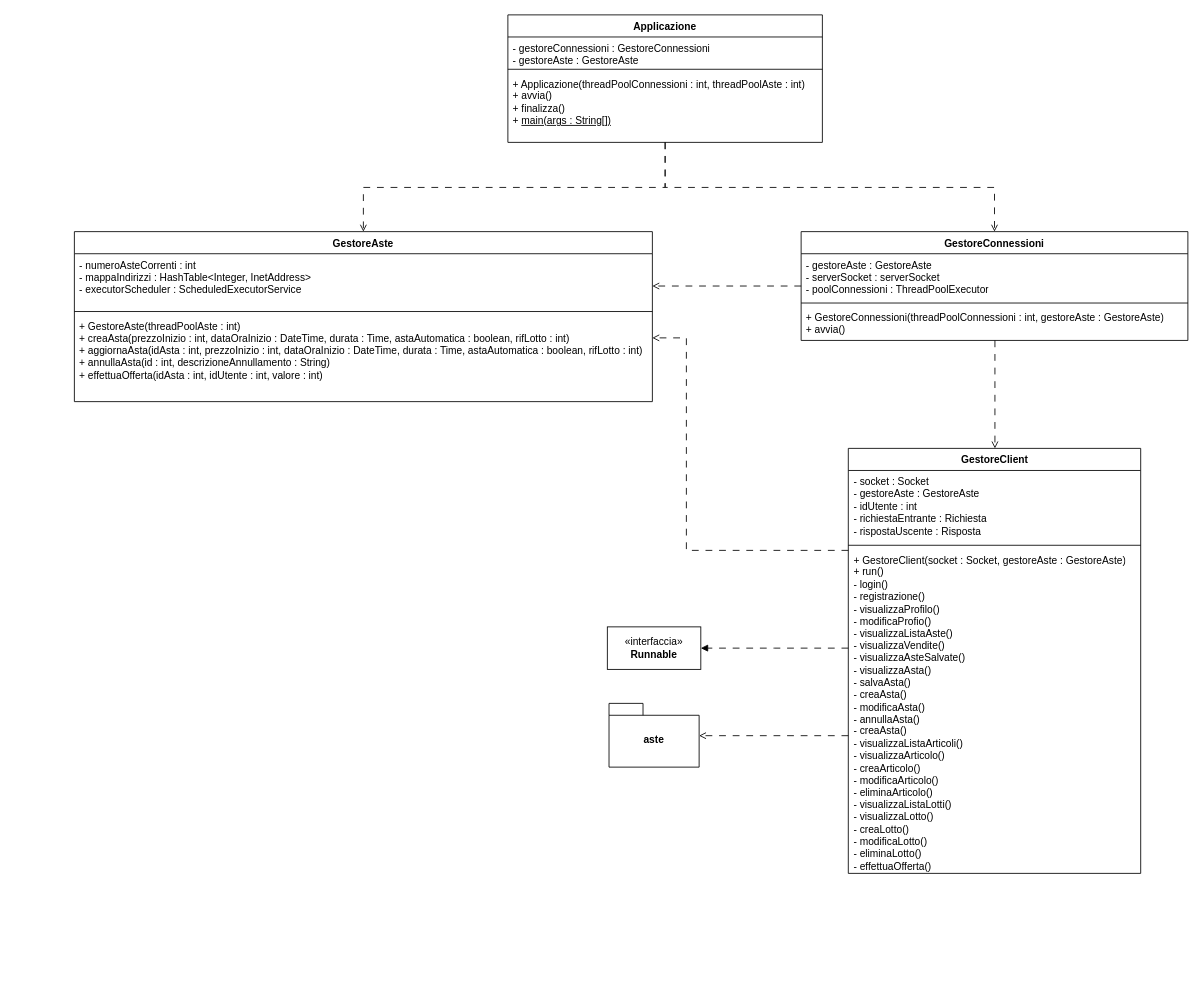
The draw.io diagram documenti/DC-Server.drawio in Chaos-Rat/GAO, before the edit. Source tidied: cells renumbered, new cells numbered last; positions are measured from the earlier drawing's top-left corner, leaving out a move shared by most shapes. Both pictures are drawn from the tidied source at 85%, with x=0, y=0 at pixel (74, 14).
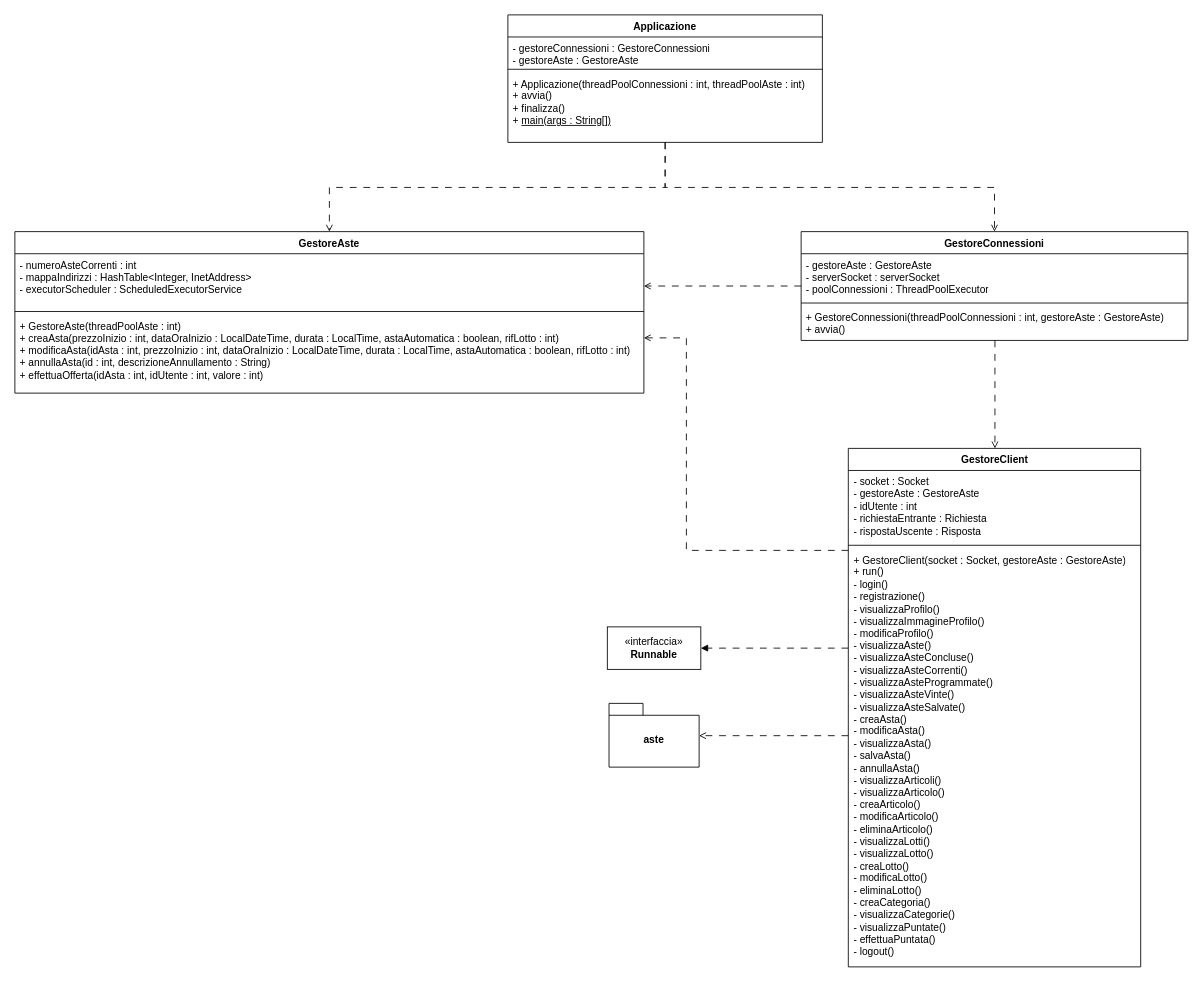
Above is the later version.

Commit message (it also covers changes not shown here):
Aggiornato DC-Server seguendo nuovo DAP

Apportate le modifiche necesserie al diagramma delle classi del package server per conformarlo al DAP.
Minori fix al DAP.

The edit, as a diff of the source:
```diff
@@
     <mxCell id="10" value="GestoreClient" style="swimlane;fontStyle=1;align=center;verticalAlign=top;horizontal=1;startSize=26;whiteSpace=wrap;html=1;" parent="1" vertex="1">
-      <mxGeometry x="910.5" y="510" width="344" height="500" as="geometry" />
+      <mxGeometry x="910.5" y="510" width="344" height="610" as="geometry" />
     </mxCell>
@@
-    <mxCell id="13" value="&lt;div&gt;+ GestoreClient(socket : Socket, gestoreAste : GestoreAste)&lt;/div&gt;&lt;div&gt;+ run()&lt;/div&gt;&lt;div&gt;- login()&lt;/div&gt;&lt;div&gt;- registrazione()&lt;/div&gt;&lt;div&gt;- visualizzaProfilo()&lt;/div&gt;&lt;div&gt;- modificaProfio()&lt;/div&gt;&lt;div&gt;- visualizzaListaAste()&lt;/div&gt;&lt;div&gt;- visualizzaVendite()&lt;/div&gt;&lt;div&gt;- visualizzaAsteSalvate()&lt;/div&gt;&lt;div&gt;- visualizzaAsta()&lt;/div&gt;&lt;div&gt;- salvaAsta()&lt;/div&gt;&lt;div&gt;- creaAsta()&lt;/div&gt;&lt;div&gt;- modificaAsta()&lt;/div&gt;&lt;div&gt;- annullaAsta()&lt;/div&gt;&lt;div&gt;- creaAsta()&lt;/div&gt;&lt;div&gt;- visualizzaListaArticoli()&lt;/div&gt;&lt;div&gt;- visualizzaArticolo()&lt;/div&gt;&lt;div&gt;- creaArticolo()&lt;/div&gt;&lt;div&gt;- modificaArticolo()&lt;/div&gt;&lt;div&gt;- eliminaArticolo()&lt;/div&gt;&lt;div&gt;- visualizzaListaLotti()&lt;/div&gt;&lt;div&gt;- visualizzaLotto()&lt;/div&gt;&lt;div&gt;- creaLotto()&lt;/div&gt;&lt;div&gt;- modificaLotto()&lt;/div&gt;&lt;div&gt;- eliminaLotto()&lt;/div&gt;&lt;div&gt;- effettuaOfferta()&lt;/div&gt;" style="text;strokeColor=none;fillColor=none;align=left;verticalAlign=top;spacingLeft=4;spacingRight=4;overflow=hidden;whiteSpace=wrap;html=1;" parent="10" vertex="1">
-      <mxGeometry y="118" width="344" height="382" as="geometry" />
+    <mxCell id="13" value="&lt;div&gt;+ GestoreClient(socket : Socket, gestoreAste : GestoreAste)&lt;/div&gt;&lt;div&gt;+ run()&lt;/div&gt;&lt;div&gt;- login()&lt;/div&gt;&lt;div&gt;- registrazione()&lt;/div&gt;&lt;div&gt;- visualizzaProfilo()&lt;/div&gt;&lt;div&gt;- visualizzaImmagineProfilo()&lt;/div&gt;&lt;div&gt;- modificaProfilo()&lt;/div&gt;&lt;div&gt;- visualizzaAste()&lt;/div&gt;&lt;div&gt;- visualizzaAsteConcluse()&lt;/div&gt;&lt;div&gt;- visualizzaAsteCorrenti()&lt;/div&gt;&lt;div&gt;- visualizzaAsteProgrammate()&lt;/div&gt;&lt;div&gt;- visualizzaAsteVinte()&lt;/div&gt;&lt;div&gt;- visualizzaAsteSalvate()&lt;/div&gt;&lt;div&gt;- creaAsta()&lt;/div&gt;&lt;div&gt;- modificaAsta()&lt;/div&gt;&lt;div&gt;- visualizzaAsta()&lt;br&gt;&lt;/div&gt;&lt;div&gt;- salvaAsta()&lt;br&gt;&lt;/div&gt;&lt;div&gt;- annullaAsta()&lt;/div&gt;&lt;div&gt;- visualizzaArticoli()&lt;/div&gt;&lt;div&gt;- visualizzaArticolo()&lt;/div&gt;&lt;div&gt;- creaArticolo()&lt;/div&gt;&lt;div&gt;- modificaArticolo()&lt;/div&gt;&lt;div&gt;- eliminaArticolo()&lt;/div&gt;&lt;div&gt;- visualizzaLotti()&lt;/div&gt;&lt;div&gt;- visualizzaLotto()&lt;/div&gt;&lt;div&gt;- creaLotto()&lt;/div&gt;&lt;div&gt;- modificaLotto()&lt;/div&gt;&lt;div&gt;- eliminaLotto()&lt;/div&gt;&lt;div&gt;- creaCategoria()&lt;/div&gt;&lt;div&gt;- visualizzaCategorie()&lt;/div&gt;&lt;div&gt;- visualizzaPuntate()&lt;/div&gt;&lt;div&gt;- effettuaPuntata()&lt;br&gt;&lt;/div&gt;&lt;div&gt;- logout()&lt;/div&gt;" style="text;strokeColor=none;fillColor=none;align=left;verticalAlign=top;spacingLeft=4;spacingRight=4;overflow=hidden;whiteSpace=wrap;html=1;" parent="10" vertex="1">
+      <mxGeometry y="118" width="344" height="492" as="geometry" />
     </mxCell>
@@
     <mxCell id="20" value="GestoreAste" style="swimlane;fontStyle=1;align=center;verticalAlign=top;horizontal=1;startSize=26;whiteSpace=wrap;html=1;" parent="1" vertex="1">
-      <mxGeometry y="255" width="680" height="200" as="geometry" />
+      <mxGeometry x="-70" y="255" width="740" height="190" as="geometry" />
     </mxCell>
     <mxCell id="21" value="&lt;div&gt;- numeroAsteCorrenti : int&lt;/div&gt;&lt;div&gt;- mappaIndirizzi : HashTable&amp;lt;Integer, InetAddress&amp;gt;&lt;/div&gt;&lt;div&gt;- executorScheduler : ScheduledExecutorService&lt;/div&gt;" style="text;strokeColor=none;fillColor=none;align=left;verticalAlign=top;spacingLeft=4;spacingRight=4;overflow=hidden;whiteSpace=wrap;html=1;" parent="20" vertex="1">
-      <mxGeometry y="26" width="680" height="64" as="geometry" />
+      <mxGeometry y="26" width="740" height="64" as="geometry" />
     </mxCell>
     <mxCell id="22" style="line;strokeWidth=1;fillColor=none;align=left;verticalAlign=middle;spacingTop=-1;spacingLeft=3;spacingRight=3;labelPosition=right;strokeColor=inherit;" parent="20" vertex="1">
-      <mxGeometry y="90" width="680" height="8" as="geometry" />
+      <mxGeometry y="90" width="740" height="8" as="geometry" />
     </mxCell>
-    <mxCell id="23" value="&lt;div&gt;+ GestoreAste(threadPoolAste : int)&lt;/div&gt;&lt;div&gt;+ creaAsta(prezzoInizio : int, dataOraInizio : DateTime, durata : Time, astaAutomatica : boolean, rifLotto : int)&lt;/div&gt;&lt;div&gt;+ aggiornaAsta(idAsta : int, prezzoInizio : int, dataOraInizio : DateTime, durata : Time, astaAutomatica : boolean, rifLotto : int)&lt;/div&gt;&lt;div&gt;+ annullaAsta(id : int, descrizioneAnnullamento : String)&lt;/div&gt;&lt;div&gt;+ effettuaOfferta(idAsta : int, idUtente : int, valore : int)&lt;/div&gt;&lt;div&gt;&lt;br&gt;&lt;/div&gt;" style="text;strokeColor=none;fillColor=none;align=left;verticalAlign=top;spacingLeft=4;spacingRight=4;overflow=hidden;whiteSpace=wrap;html=1;" parent="20" vertex="1">
-      <mxGeometry y="98" width="680" height="102" as="geometry" />
+    <mxCell id="23" value="&lt;div&gt;+ GestoreAste(threadPoolAste : int)&lt;/div&gt;&lt;div&gt;+ creaAsta(prezzoInizio : int, dataOraInizio : LocalDateTime, durata : LocalTime, astaAutomatica : boolean, rifLotto : int)&lt;/div&gt;&lt;div&gt;+ modificaAsta(idAsta : int, prezzoInizio : int, dataOraInizio : LocalDateTime, durata : LocalTime, astaAutomatica : boolean, rifLotto : int)&lt;/div&gt;&lt;div&gt;+ annullaAsta(id : int, descrizioneAnnullamento : String)&lt;/div&gt;&lt;div&gt;+ effettuaOfferta(idAsta : int, idUtente : int, valore : int)&lt;/div&gt;&lt;div&gt;&lt;br&gt;&lt;/div&gt;" style="text;strokeColor=none;fillColor=none;align=left;verticalAlign=top;spacingLeft=4;spacingRight=4;overflow=hidden;whiteSpace=wrap;html=1;" parent="20" vertex="1">
+      <mxGeometry y="98" width="740" height="92" as="geometry" />
     </mxCell>
```
